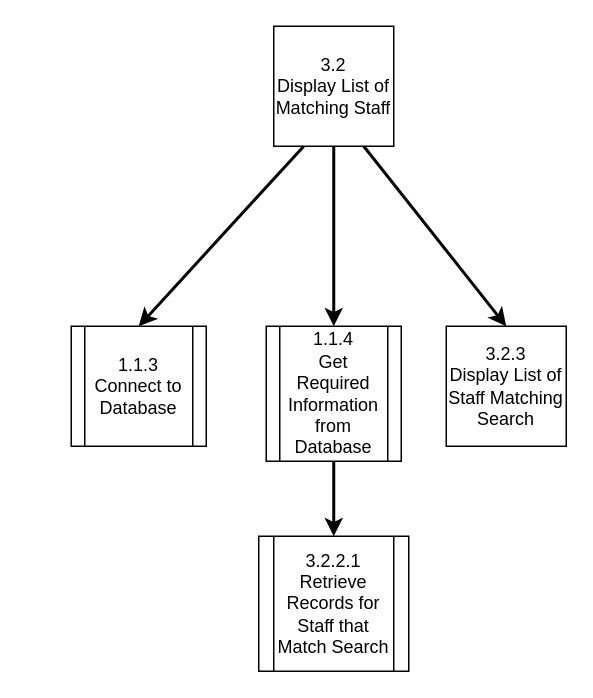
Above: page "3.2: Display List of Matching Staff" (2 of 4) of Diagrams/StructureCharts/Proc3UpdateStaff.drawio in Harlento/SchedulingSystem (draw.io), before the change. Source tidied: cells renumbered, new cells numbered last; positions are measured from the earlier drawing's top-left corner, leaving out a move shared by most shapes. Both pictures are drawn from the tidied source at 150%, with x=0, y=0 at pixel (70, 26).
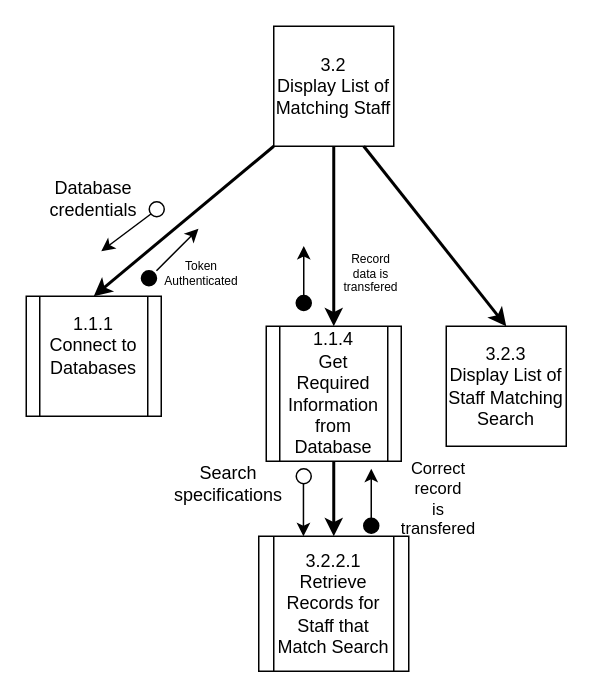
The same diagram, later.

The change refers to these unchanged cells:
```xml
<mxCell id="2" value="3.2&lt;br&gt;Display List of Matching Staff" style="whiteSpace=wrap;html=1;" parent="1" vertex="1">
  <mxGeometry x="135" width="80" height="80" as="geometry" />
</mxCell>
```

The edit, as a diff of the source:
```diff
@@
-    <mxCell id="5" style="endArrow=classic;html=1;exitX=0.25;exitY=1;exitDx=0;exitDy=0;entryX=0.5;entryY=0;entryDx=0;entryDy=0;strokeWidth=2;" parent="1" edge="1" source="2" target="10">
-      <mxGeometry relative="1" as="geometry" />
-    </mxCell>
@@
-    <mxCell id="10" value="1.1.3&lt;br&gt;Connect to Database" style="shape=process;whiteSpace=wrap;html=1;backgroundOutline=1;" parent="1" vertex="1">
-      <mxGeometry y="200" width="90" height="80" as="geometry" />
-    </mxCell>
+    <mxCell id="11" value="&lt;div&gt;1.1.1&lt;br&gt;&lt;/div&gt;&lt;div&gt;Connect to Databases&lt;/div&gt;&lt;div&gt;&lt;br&gt;&lt;/div&gt;" style="shape=process;whiteSpace=wrap;html=1;backgroundOutline=1;" parent="1" vertex="1">
+      <mxGeometry x="-30" y="180" width="90" height="80" as="geometry" />
+    </mxCell>
+    <mxCell id="12" style="endArrow=classic;html=1;exitX=0;exitY=1;exitDx=0;exitDy=0;entryX=0.5;entryY=0;entryDx=0;entryDy=0;strokeWidth=2;" parent="1" edge="1" source="2" target="11">
+      <mxGeometry relative="1" as="geometry" />
+    </mxCell>
+    <mxCell id="13" style="endArrow=classic;html=1;" parent="1" edge="1">
+      <mxGeometry relative="1" as="geometry">
+        <mxPoint x="60" y="120" as="sourcePoint" />
+        <mxPoint x="20" y="150" as="targetPoint" />
+      </mxGeometry>
+    </mxCell>
+    <mxCell id="14" style="ellipse;whiteSpace=wrap;html=1;" parent="1" vertex="1">
+      <mxGeometry x="52" y="117" width="10" height="10" as="geometry" />
+    </mxCell>
+    <mxCell id="15" value="Database credentials" style="text;html=1;strokeColor=none;fillColor=none;align=center;verticalAlign=middle;whiteSpace=wrap;rounded=0;" parent="1" vertex="1">
+      <mxGeometry x="-5" y="105" width="40" height="20" as="geometry" />
+    </mxCell>
+    <mxCell id="16" style="ellipse;whiteSpace=wrap;html=1;fillColor=#000000;" parent="1" vertex="1">
+      <mxGeometry x="46.8" y="163" width="10" height="10" as="geometry" />
+    </mxCell>
+    <mxCell id="17" value="&lt;div style=&quot;font-size: 8px;&quot;&gt;Token &lt;br style=&quot;font-size: 8px;&quot;&gt;&lt;/div&gt;&lt;div style=&quot;font-size: 8px;&quot;&gt;Authenticated&lt;br style=&quot;font-size: 8px;&quot;&gt;&lt;/div&gt;" style="text;html=1;strokeColor=none;fillColor=none;align=center;verticalAlign=middle;whiteSpace=wrap;rounded=0;fontSize=8;" parent="1" vertex="1">
+      <mxGeometry x="72" y="156" width="30" height="17" as="geometry" />
+    </mxCell>
+    <mxCell id="18" style="endArrow=classic;html=1;" parent="1" edge="1">
+      <mxGeometry relative="1" as="geometry">
+        <mxPoint x="56.8" y="163" as="sourcePoint" />
+        <mxPoint x="84.8" y="135" as="targetPoint" />
+      </mxGeometry>
+    </mxCell>
+    <mxCell id="19" style="endArrow=classic;html=1;" parent="1" edge="1">
+      <mxGeometry relative="1" as="geometry">
+        <mxPoint x="200" y="331" as="sourcePoint" />
+        <mxPoint x="200" y="295" as="targetPoint" />
+      </mxGeometry>
+    </mxCell>
+    <mxCell id="20" value="&lt;div&gt;Record data is transfered&lt;br&gt;&lt;/div&gt;" style="text;html=1;strokeColor=none;fillColor=none;align=center;verticalAlign=middle;whiteSpace=wrap;rounded=0;fontSize=8;" parent="1" vertex="1">
+      <mxGeometry x="185" y="156" width="30" height="17" as="geometry" />
+    </mxCell>
+    <mxCell id="21" style="ellipse;whiteSpace=wrap;html=1;fillColor=#000000;" parent="1" vertex="1">
+      <mxGeometry x="195" y="328" width="10" height="10" as="geometry" />
+    </mxCell>
+    <mxCell id="22" style="endArrow=classic;html=1;" parent="1" edge="1">
+      <mxGeometry relative="1" as="geometry">
+        <mxPoint x="154.8" y="300" as="sourcePoint" />
+        <mxPoint x="154.8" y="340" as="targetPoint" />
+      </mxGeometry>
+    </mxCell>
+    <mxCell id="23" style="ellipse;whiteSpace=wrap;html=1;" parent="1" vertex="1">
+      <mxGeometry x="150" y="295" width="10" height="10" as="geometry" />
+    </mxCell>
+    <mxCell id="24" value="Search specifications" style="text;html=1;strokeColor=none;fillColor=none;align=center;verticalAlign=middle;whiteSpace=wrap;rounded=0;" parent="1" vertex="1">
+      <mxGeometry x="85" y="295" width="40" height="20" as="geometry" />
+    </mxCell>
+    <mxCell id="25" value="&lt;div style=&quot;font-size: 11px;&quot;&gt;Correct record &lt;br style=&quot;font-size: 11px;&quot;&gt;&lt;/div&gt;&lt;div style=&quot;font-size: 11px;&quot;&gt;is &lt;br style=&quot;font-size: 11px;&quot;&gt;&lt;/div&gt;&lt;div style=&quot;font-size: 11px;&quot;&gt;transfered&lt;br style=&quot;font-size: 11px;&quot;&gt;&lt;/div&gt;" style="text;html=1;strokeColor=none;fillColor=none;align=center;verticalAlign=middle;whiteSpace=wrap;rounded=0;fontSize=11;" parent="1" vertex="1">
+      <mxGeometry x="225" y="305" width="40" height="20" as="geometry" />
+    </mxCell>
+    <mxCell id="26" style="endArrow=classic;html=1;" parent="1" edge="1">
+      <mxGeometry relative="1" as="geometry">
+        <mxPoint x="155" y="182.5" as="sourcePoint" />
+        <mxPoint x="155" y="146.5" as="targetPoint" />
+      </mxGeometry>
+    </mxCell>
+    <mxCell id="27" style="ellipse;whiteSpace=wrap;html=1;fillColor=#000000;" parent="1" vertex="1">
+      <mxGeometry x="150" y="179.5" width="10" height="10" as="geometry" />
+    </mxCell>
```
